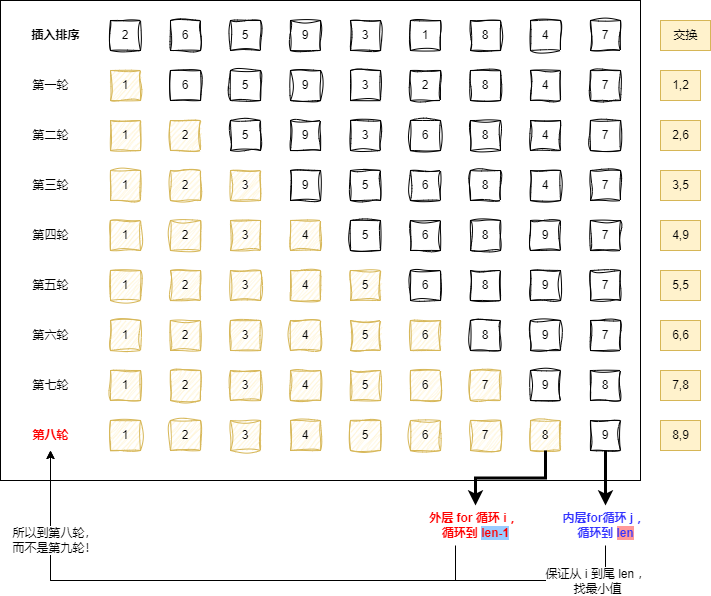
The draw.io diagram assault_course/algorithm-luyi/imgs/selectSort.png in djsz3y/zhaowa-study-notes, before a commit. Source tidied: cells renumbered, new cells last; positions are measured from the earlier drawing's top-left corner, leaving out a move shared by most shapes.
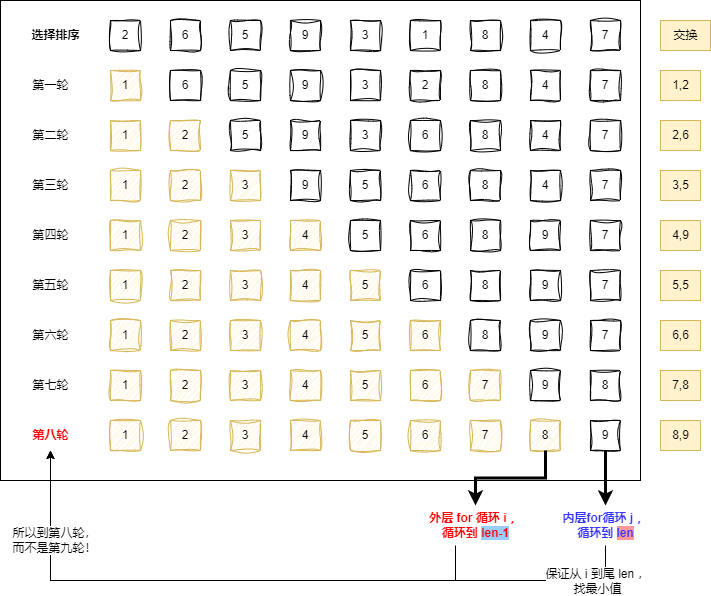
The same file after the commit.

The edit, as a diff of the source:
```diff
@@ -59,7 +59,7 @@
     <mxCell id="20" value="第八轮" style="text;html=1;align=center;verticalAlign=middle;points=[];strokeColor=none;fillColor=none;fontColor=#FF0000;fontStyle=1;" parent="2" vertex="1">
       <mxGeometry x="20" y="420" width="60" height="30" as="geometry" />
     </mxCell>
-    <mxCell id="21" value="插入排序" style="text;html=1;align=center;verticalAlign=middle;strokeColor=none;fillColor=none;fontStyle=1;" parent="2" vertex="1">
+    <mxCell id="21" value="选择排序" style="text;html=1;align=center;verticalAlign=middle;strokeColor=none;fillColor=none;fontStyle=1;" parent="2" vertex="1">
       <mxGeometry x="20" y="20" width="70" height="30" as="geometry" />
     </mxCell>
     <mxCell id="22" value="1" style="whiteSpace=wrap;html=1;sketch=1;curveFitting=1;jiggle=2;fillColor=#fff2cc;strokeColor=#d6b656;" parent="2" vertex="1">
```
